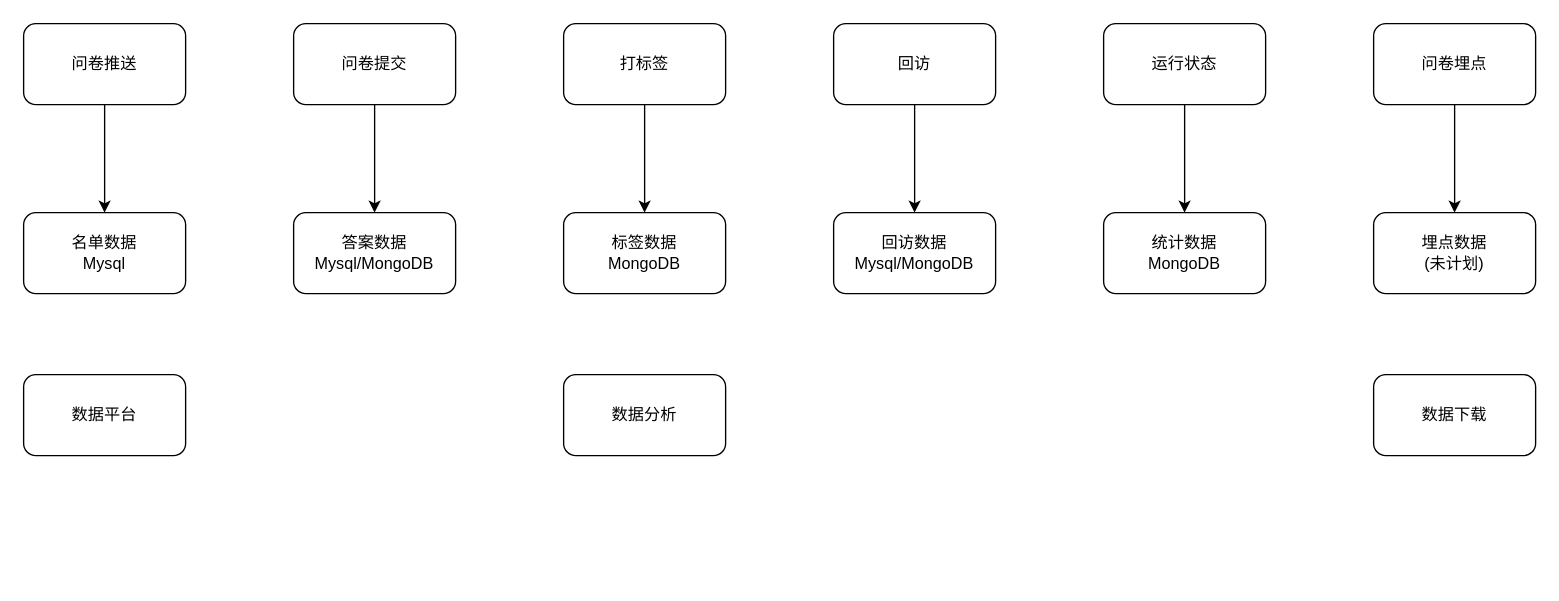
lshunran/drawIO keeps this draw.io diagram as 数据治理.drawio. Above is the earlier version. Source tidied: cells renumbered, new cells numbered last; positions are measured from the earlier drawing's top-left corner, leaving out a move shared by most shapes. Both pictures are drawn from the tidied source at 135%, with x=0, y=0 at pixel (23, 23).
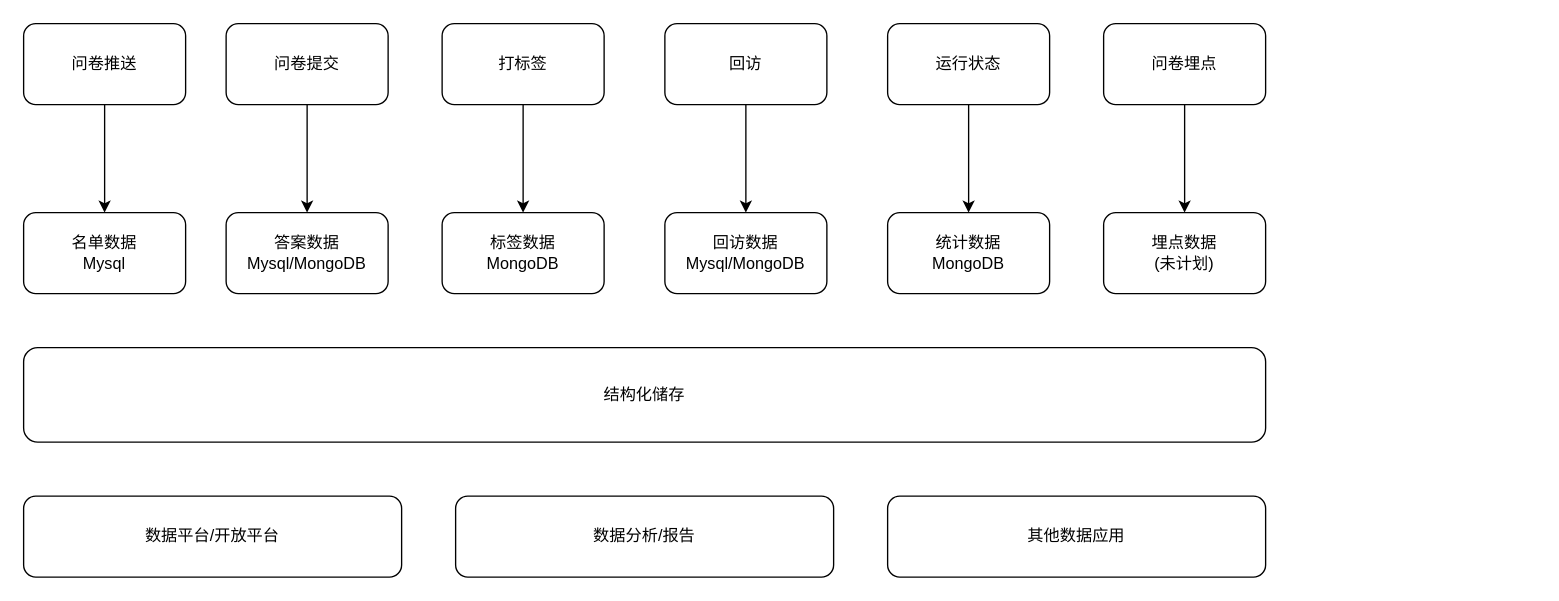
After the change.

Diff of the diagram source:
```diff
@@
     <mxCell id="6" value="问卷提交" style="rounded=1;whiteSpace=wrap;html=1;" parent="1" vertex="1">
-      <mxGeometry x="200" width="120" height="60" as="geometry" />
+      <mxGeometry x="150" width="120" height="60" as="geometry" />
     </mxCell>
     <mxCell id="7" value="答案数据&lt;br&gt;Mysql/MongoDB&lt;br&gt;" style="rounded=1;whiteSpace=wrap;html=1;" parent="1" vertex="1">
-      <mxGeometry x="200" y="140" width="120" height="60" as="geometry" />
+      <mxGeometry x="150" y="140" width="120" height="60" as="geometry" />
     </mxCell>
@@
     <mxCell id="9" value="打标签" style="rounded=1;whiteSpace=wrap;html=1;" parent="1" vertex="1">
-      <mxGeometry x="400" width="120" height="60" as="geometry" />
+      <mxGeometry x="310" width="120" height="60" as="geometry" />
     </mxCell>
     <mxCell id="10" value="标签数据&lt;br&gt;MongoDB&lt;br&gt;" style="rounded=1;whiteSpace=wrap;html=1;" parent="1" vertex="1">
-      <mxGeometry x="400" y="140" width="120" height="60" as="geometry" />
+      <mxGeometry x="310" y="140" width="120" height="60" as="geometry" />
     </mxCell>
@@
     <mxCell id="12" value="回访" style="rounded=1;whiteSpace=wrap;html=1;" parent="1" vertex="1">
-      <mxGeometry x="600" width="120" height="60" as="geometry" />
+      <mxGeometry x="475" width="120" height="60" as="geometry" />
     </mxCell>
@@
     <mxCell id="14" value="运行状态" style="rounded=1;whiteSpace=wrap;html=1;" parent="1" vertex="1">
-      <mxGeometry x="800" width="120" height="60" as="geometry" />
+      <mxGeometry x="640" width="120" height="60" as="geometry" />
     </mxCell>
@@
     <mxCell id="16" value="问卷埋点" style="rounded=1;whiteSpace=wrap;html=1;" parent="1" vertex="1">
-      <mxGeometry x="1000" width="120" height="60" as="geometry" />
+      <mxGeometry x="800" width="120" height="60" as="geometry" />
     </mxCell>
     <mxCell id="17" value="埋点数据&lt;br&gt;(未计划)&lt;br&gt;" style="rounded=1;whiteSpace=wrap;html=1;" parent="1" vertex="1">
-      <mxGeometry x="1000" y="140" width="120" height="60" as="geometry" />
+      <mxGeometry x="800" y="140" width="120" height="60" as="geometry" />
     </mxCell>
     <mxCell id="18" value="统计数据&lt;br&gt;MongoDB&lt;br&gt;" style="rounded=1;whiteSpace=wrap;html=1;" parent="1" vertex="1">
-      <mxGeometry x="800" y="140" width="120" height="60" as="geometry" />
+      <mxGeometry x="640" y="140" width="120" height="60" as="geometry" />
     </mxCell>
     <mxCell id="19" value="回访数据&lt;br&gt;Mysql/MongoDB&lt;br&gt;" style="rounded=1;whiteSpace=wrap;html=1;" parent="1" vertex="1">
-      <mxGeometry x="600" y="140" width="120" height="60" as="geometry" />
+      <mxGeometry x="475" y="140" width="120" height="60" as="geometry" />
     </mxCell>
-    <mxCell id="20" value="数据平台" style="rounded=1;whiteSpace=wrap;html=1;" parent="1" vertex="1">
-      <mxGeometry y="260" width="120" height="60" as="geometry" />
+    <mxCell id="20" value="数据平台/开放平台" style="rounded=1;whiteSpace=wrap;html=1;" parent="1" vertex="1">
+      <mxGeometry y="350" width="280" height="60" as="geometry" />
     </mxCell>
-    <mxCell id="21" value="数据分析" style="rounded=1;whiteSpace=wrap;html=1;" parent="1" vertex="1">
-      <mxGeometry x="400" y="260" width="120" height="60" as="geometry" />
-    </mxCell>
-    <mxCell id="22" value="数据下载" style="rounded=1;whiteSpace=wrap;html=1;" parent="1" vertex="1">
-      <mxGeometry x="1000" y="260" width="120" height="60" as="geometry" />
-    </mxCell>
+    <mxCell id="23" value="结构化储存" style="rounded=1;whiteSpace=wrap;html=1;" parent="1" vertex="1">
+      <mxGeometry y="240" width="920" height="70" as="geometry" />
+    </mxCell>
+    <mxCell id="24" value="数据分析/报告" style="rounded=1;whiteSpace=wrap;html=1;" parent="1" vertex="1">
+      <mxGeometry x="320" y="350" width="280" height="60" as="geometry" />
+    </mxCell>
+    <mxCell id="25" value="其他数据应用" style="rounded=1;whiteSpace=wrap;html=1;" parent="1" vertex="1">
+      <mxGeometry x="640" y="350" width="280" height="60" as="geometry" />
+    </mxCell>
```
